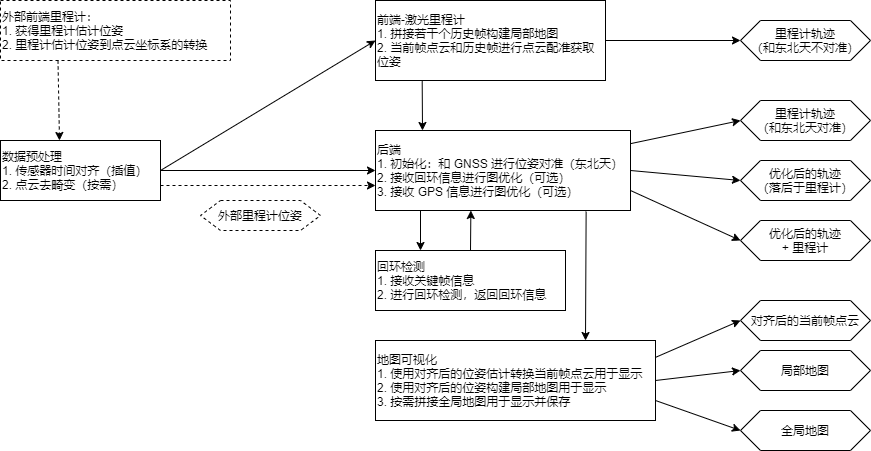
Before: imgs/mapping_framework.drawio.png, a diagram exported from draw.io (XiaotaoGuo/modular_mapping_and_localization_framework). Source tidied: cells renumbered, new cells last; positions are measured from the earlier drawing's top-left corner, leaving out a move shared by most shapes.
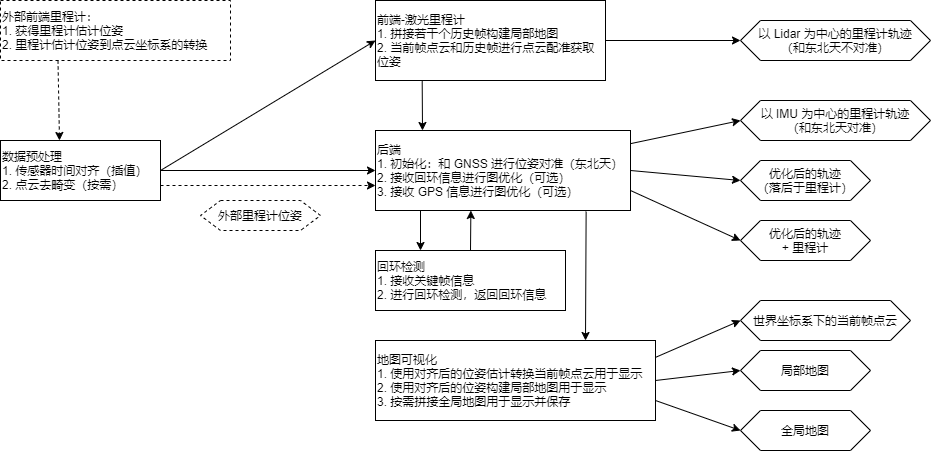
After the change.

Commit message:
updated dataflow graph

The edit, as a diff of the source:
```diff
@@ -43,11 +43,11 @@
     <mxCell id="13" style="endArrow=classic;html=1;rounded=0;entryX=0.75;entryY=0;entryDx=0;entryDy=0;exitX=0.826;exitY=1.013;exitDx=0;exitDy=0;exitPerimeter=0;" parent="1" edge="1" source="5" target="6">
       <mxGeometry relative="1" as="geometry" />
     </mxCell>
-    <mxCell id="14" value="里程计轨迹&lt;br&gt;（和东北天不对准）" style="shape=hexagon;perimeter=hexagonPerimeter2;whiteSpace=wrap;html=1;fixedSize=1;rounded=0;align=center;" parent="1" vertex="1">
-      <mxGeometry x="740" y="20" width="130" height="40" as="geometry" />
+    <mxCell id="14" value="以 Lidar&amp;nbsp;为中心的里程计轨迹&lt;br&gt;（和东北天不对准）" style="shape=hexagon;perimeter=hexagonPerimeter2;whiteSpace=wrap;html=1;fixedSize=1;rounded=0;align=center;" parent="1" vertex="1">
+      <mxGeometry x="740" y="20" width="190" height="40" as="geometry" />
     </mxCell>
-    <mxCell id="15" value="里程计轨迹&lt;br&gt;（和东北天对准）" style="shape=hexagon;perimeter=hexagonPerimeter2;whiteSpace=wrap;html=1;fixedSize=1;rounded=0;align=center;" parent="1" vertex="1">
-      <mxGeometry x="740" y="100" width="130" height="40" as="geometry" />
+    <mxCell id="15" value="以 IMU&amp;nbsp;为中心的里程计轨迹&lt;br&gt;（和东北天对准）" style="shape=hexagon;perimeter=hexagonPerimeter2;whiteSpace=wrap;html=1;fixedSize=1;rounded=0;align=center;" parent="1" vertex="1">
+      <mxGeometry x="740" y="100" width="190" height="40" as="geometry" />
     </mxCell>
     <mxCell id="16" value="优化后的轨迹&lt;br&gt;（落后于里程计）" style="shape=hexagon;perimeter=hexagonPerimeter2;whiteSpace=wrap;html=1;fixedSize=1;rounded=0;align=center;" parent="1" vertex="1">
       <mxGeometry x="740" y="160" width="130" height="40" as="geometry" />
@@ -70,8 +70,8 @@
     <mxCell id="22" value="全局地图" style="shape=hexagon;perimeter=hexagonPerimeter2;whiteSpace=wrap;html=1;fixedSize=1;rounded=0;align=center;" parent="1" vertex="1">
       <mxGeometry x="740" y="410" width="130" height="40" as="geometry" />
     </mxCell>
-    <mxCell id="23" value="对齐后的当前帧点云" style="shape=hexagon;perimeter=hexagonPerimeter2;whiteSpace=wrap;html=1;fixedSize=1;rounded=0;align=center;" parent="1" vertex="1">
-      <mxGeometry x="740" y="300" width="130" height="40" as="geometry" />
+    <mxCell id="23" value="世界坐标系下的当前帧点云" style="shape=hexagon;perimeter=hexagonPerimeter2;whiteSpace=wrap;html=1;fixedSize=1;rounded=0;align=center;" parent="1" vertex="1">
+      <mxGeometry x="740" y="300" width="170" height="40" as="geometry" />
     </mxCell>
     <mxCell id="24" style="endArrow=classic;html=1;rounded=0;entryX=0;entryY=0.5;entryDx=0;entryDy=0;exitX=1;exitY=0.211;exitDx=0;exitDy=0;exitPerimeter=0;" parent="1" edge="1" source="6" target="23">
       <mxGeometry relative="1" as="geometry" />
```
